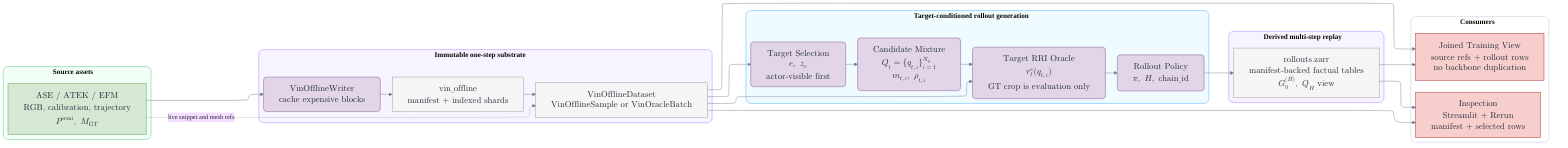
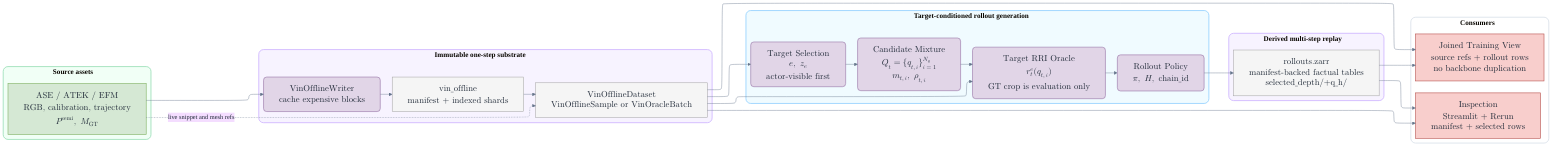
---
config:
  theme: base
  htmlLabels: true
  flowchart:
    htmlLabels: true
    nodeSpacing: 24
    rankSpacing: 38
    curve: basis
  layout: elk
  themeVariables:
    background: "#ffffff"
    fontFamily: "Inter, DejaVu Sans, Arial, sans-serif"
    fontSize: "18px"
    primaryTextColor: "#1f2937"
    lineColor: "#64748b"
  themeCSS: |
    .nodeLabel { font-size: 18px; }
    .edgeLabel { font-size: 16px; }
    .cluster-label { font-size: 18px; font-weight: 700; }
---
flowchart LR
  subgraph Assets["Source assets"]
    Raw["$$\\begin{array}{c}\\textbf{ASE / ATEK / EFM}\\\\\\text{RGB, calibration, trajectory}\\\\\\boldsymbol{\\mathcal{P}}^{\\mathrm{semi}},\\ \\boldsymbol{\\mathcal{M}}_{\\mathrm{GT}}\\end{array}$$"]
  end

  subgraph Offline["Immutable one-step substrate"]
    Writer["$$\\begin{array}{c}\\textbf{\\texttt{VinOfflineWriter}}\\\\\\text{cache expensive blocks}\\end{array}$$"]
    Store["$$\\begin{array}{c}\\textbf{\\texttt{vin\\_offline}}\\\\\\text{manifest + indexed shards}\\end{array}$$"]
    Dataset["$$\\begin{array}{c}\\textbf{\\texttt{VinOfflineDataset}}\\\\\\texttt{VinOfflineSample}\\ \\text{or}\\ \\texttt{VinOracleBatch}\\end{array}$$"]
  end

  subgraph Generation["Target-conditioned rollout generation"]
    Select["$$\\begin{array}{c}\\textbf{Target Selection}\\\\ e,\\ z_e\\\\\\text{actor-visible first}\\end{array}$$"]
    Candidate["$$\\begin{array}{c}\\textbf{Candidate Mixture}\\\\\\boldsymbol{\\mathcal{Q}}_t=\\{q_{t,i}\\}_{i=1}^{N_q}\\\\ m_{t,i},\\ \\rho_{t,i}\\end{array}$$"]
    Oracle["$$\\begin{array}{c}\\textbf{Target RRI Oracle}\\\\ r_t^e(q_{t,i})\\\\\\text{GT crop is evaluation only}\\end{array}$$"]
    Policy["$$\\begin{array}{c}\\textbf{Rollout Policy}\\\\\\pi,\\ H,\\ \\texttt{chain\\_id}\\end{array}$$"]
  end

  subgraph Replay["Derived multi-step replay"]
-     RolloutStore["$$\\begin{array}{c}\\textbf{\\texttt{rollouts.zarr}}\\\\\\text{manifest-backed factual tables}\\\\ G_0^{(H)},\\ Q_H\\ \\text{view}\\end{array}$$"]
+     RolloutStore["$$\\begin{array}{c}\\textbf{\\texttt{rollouts.zarr}}\\\\\\text{manifest-backed factual tables}\\\\\\texttt{selected\\_depth/}+\\texttt{q\\_h/}\\end{array}$$"]
  end

  subgraph Consumers["Consumers"]
    Joined["$$\\begin{array}{c}\\textbf{Joined Training View}\\\\\\text{source refs + rollout rows}\\\\\\text{no backbone duplication}\\end{array}$$"]
    Inspect["$$\\begin{array}{c}\\textbf{Inspection}\\\\\\text{Streamlit + Rerun}\\\\\\text{manifest + selected rows}\\end{array}$$"]
  end

  Raw --> Writer --> Store --> Dataset
  Raw -. "live snippet and mesh refs" .-> Dataset
  Dataset --> Select --> Candidate --> Oracle --> Policy --> RolloutStore
  Dataset --> Oracle
  Dataset --> Joined
  RolloutStore --> Joined
  RolloutStore --> Inspect
  Dataset --> Inspect

  classDef input fill:#D5E8D4,stroke:#82B366,stroke-width:1.5px,rx:0,ry:0;
  classDef output fill:#F8CECC,stroke:#B85450,stroke-width:1.5px,rx:0,ry:0;
  classDef compute fill:#E1D5E7,stroke:#9673A6,stroke-width:1.5px,rx:8,ry:8;
  classDef data fill:#F5F5F5,stroke:#9E9E9E,stroke-width:1.2px,rx:0,ry:0;

  class Raw input;
  class Writer,Select,Candidate,Oracle,Policy compute;
  class Store,Dataset,RolloutStore data;
  class Joined,Inspect output;

  style Assets fill:#f1fff6,stroke:#97ddb5,stroke-width:2px,rx:12,ry:12
  style Offline fill:#f7f3ff,stroke:#cdb2ff,stroke-width:2px,rx:12,ry:12
  style Generation fill:#f0fbff,stroke:#8fd0ff,stroke-width:2px,rx:12,ry:12
  style Replay fill:#f7f3ff,stroke:#cdb2ff,stroke-width:2px,rx:12,ry:12
  style Consumers fill:#ffffff,stroke:#cbd5e1,stroke-width:1.5px,rx:12,ry:12
